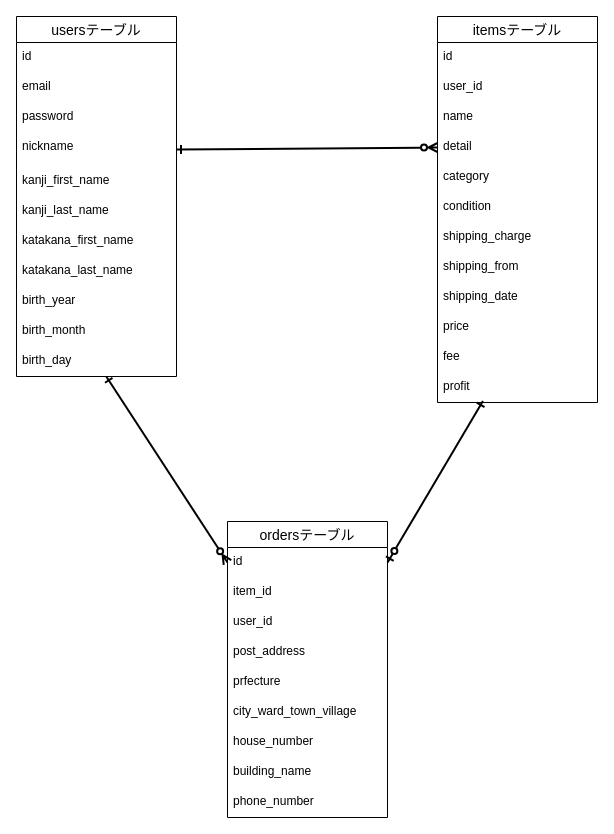
tjmax76/furima-38705 keeps this draw.io diagram as db.dio. Above is the earlier version. Source tidied: cells renumbered, new cells numbered last; positions are measured from the earlier drawing's top-left corner, leaving out a move shared by most shapes. Both pictures are drawn from the tidied source at 100%, with x=0, y=0 at pixel (16, 16).
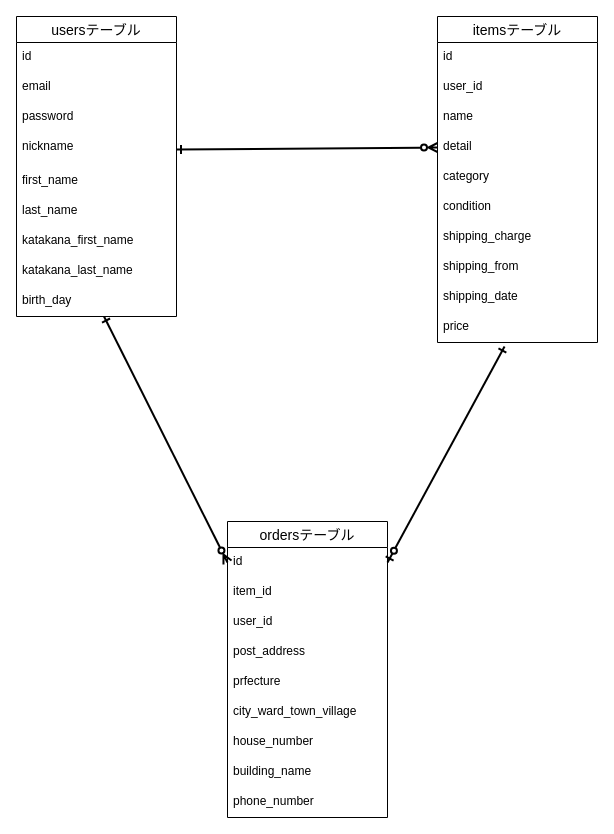
The same page after the edit.

The change refers to these unchanged cells:
```xml
<mxCell id="24" value="price" style="text;strokeColor=none;fillColor=none;spacingLeft=4;spacingRight=4;overflow=hidden;points=[[0,0.5],[1,0.5]];portConstraint=eastwest;fontSize=12;" parent="14" vertex="1">
  <mxGeometry y="296" width="160" height="30" as="geometry" />
</mxCell>
<mxCell id="28" value="id" style="text;strokeColor=none;fillColor=none;spacingLeft=4;spacingRight=4;overflow=hidden;points=[[0,0.5],[1,0.5]];portConstraint=eastwest;fontSize=12;" parent="27" vertex="1">
  <mxGeometry y="26" width="160" height="30" as="geometry" />
</mxCell>
```

The edit, as a diff of the source:
```diff
@@
     <mxCell id="2" value="usersテーブル" style="swimlane;fontStyle=0;horizontal=1;startSize=26;align=center;fontSize=14;" parent="1" vertex="1">
-      <mxGeometry width="160" height="360" as="geometry" />
+      <mxGeometry width="160" height="300" as="geometry" />
     </mxCell>
@@
-    <mxCell id="7" value="kanji_first_name " style="text;strokeColor=none;fillColor=none;spacingLeft=4;spacingRight=4;overflow=hidden;fontSize=12;" parent="2" vertex="1">
+    <mxCell id="7" value="first_name " style="text;strokeColor=none;fillColor=none;spacingLeft=4;spacingRight=4;overflow=hidden;fontSize=12;" parent="2" vertex="1">
       <mxGeometry y="150" width="160" height="30" as="geometry" />
     </mxCell>
-    <mxCell id="8" value="kanji_last_name" style="text;strokeColor=none;fillColor=none;spacingLeft=4;spacingRight=4;overflow=hidden;fontSize=12;" parent="2" vertex="1">
+    <mxCell id="8" value="last_name" style="text;strokeColor=none;fillColor=none;spacingLeft=4;spacingRight=4;overflow=hidden;fontSize=12;" parent="2" vertex="1">
       <mxGeometry y="180" width="160" height="30" as="geometry" />
     </mxCell>
@@
-    <mxCell id="11" value="birth_year" style="text;strokeColor=none;fillColor=none;spacingLeft=4;spacingRight=4;overflow=hidden;fontSize=12;" parent="2" vertex="1">
-      <mxGeometry y="270" width="160" height="30" as="geometry" />
-    </mxCell>
-    <mxCell id="12" value="birth_month" style="text;strokeColor=none;fillColor=none;spacingLeft=4;spacingRight=4;overflow=hidden;fontSize=12;" parent="2" vertex="1">
-      <mxGeometry y="300" width="160" height="30" as="geometry" />
-    </mxCell>
     <mxCell id="13" value="birth_day" style="text;strokeColor=none;fillColor=none;spacingLeft=4;spacingRight=4;overflow=hidden;points=[[0,0.5],[1,0.5]];portConstraint=eastwest;fontSize=12;" parent="2" vertex="1">
-      <mxGeometry y="330" width="160" height="30" as="geometry" />
+      <mxGeometry y="270" width="160" height="30" as="geometry" />
     </mxCell>
     <mxCell id="14" value="itemsテーブル" style="swimlane;fontStyle=0;horizontal=1;startSize=26;align=center;fontSize=14;" parent="1" vertex="1">
-      <mxGeometry x="421" width="160" height="386" as="geometry" />
+      <mxGeometry x="421" width="160" height="326" as="geometry" />
     </mxCell>
@@
-    <mxCell id="25" value="fee" style="text;strokeColor=none;fillColor=none;spacingLeft=4;spacingRight=4;overflow=hidden;fontSize=12;" parent="14" vertex="1">
-      <mxGeometry y="326" width="160" height="30" as="geometry" />
-    </mxCell>
-    <mxCell id="26" value="profit" style="text;strokeColor=none;fillColor=none;spacingLeft=4;spacingRight=4;overflow=hidden;points=[[0,0.5],[1,0.5]];portConstraint=eastwest;fontSize=12;" parent="14" vertex="1">
-      <mxGeometry y="356" width="160" height="30" as="geometry" />
-    </mxCell>
@@
-    <mxCell id="39" style="edgeStyle=none;html=1;exitX=1;exitY=0.5;exitDx=0;exitDy=0;entryX=0.284;entryY=0.95;entryDx=0;entryDy=0;entryPerimeter=0;strokeWidth=2;startArrow=ERzeroToOne;startFill=0;endArrow=ERone;endFill=0;" parent="1" edge="1" source="28" target="26">
+    <mxCell id="39" style="edgeStyle=none;html=1;exitX=1;exitY=0.5;exitDx=0;exitDy=0;entryX=0.419;entryY=1.133;entryDx=0;entryDy=0;entryPerimeter=0;strokeWidth=2;startArrow=ERzeroToOne;startFill=0;endArrow=ERone;endFill=0;" parent="1" edge="1" source="28" target="24">
       <mxGeometry relative="1" as="geometry" />
     </mxCell>
```
